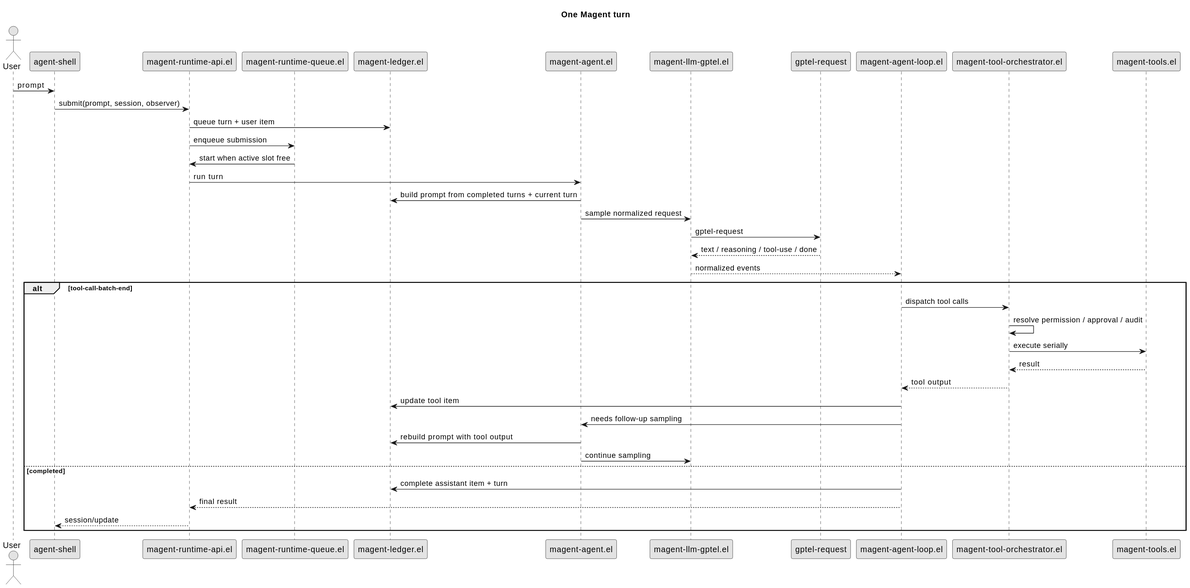
The PlantUML diagram docs/assets/img/diagrams/one-magent-turn.svg in Jamie-Cui/magent, before a commit.
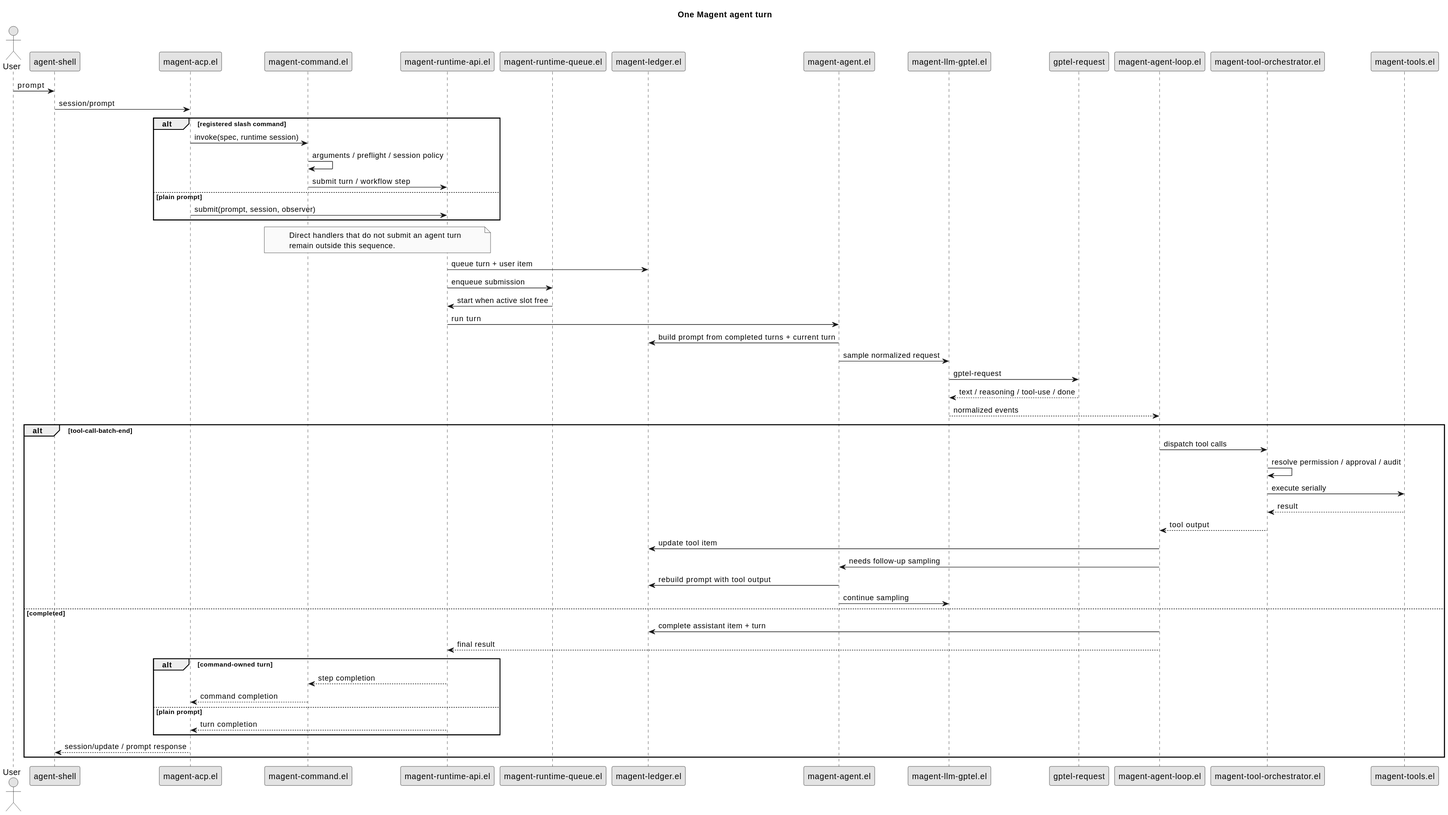
The same file after the commit.

The edit, as a diff of the source:
```diff
@@ -1,10 +1,12 @@
 @startuml
-title One Magent turn
+title One Magent agent turn
 skinparam monochrome true
 skinparam shadowing false
 
 actor User
 participant "agent-shell" as UI
+participant "magent-acp.el" as ACP
+participant "magent-command.el" as Command
 participant "magent-runtime-api.el" as Runtime
 participant "magent-runtime-queue.el" as Queue
 participant "magent-ledger.el" as Ledger
@@ -16,7 +18,18 @@
 participant "magent-tools.el" as Tools
 
 User -> UI : prompt
-UI -> Runtime : submit(prompt, session, observer)
+UI -> ACP : session/prompt
+alt registered slash command
+  ACP -> Command : invoke(spec, runtime session)
+  Command -> Command : arguments / preflight / session policy
+  Command -> Runtime : submit turn / workflow step
+else plain prompt
+  ACP -> Runtime : submit(prompt, session, observer)
+end
+note over Command,Runtime
+  Direct handlers that do not submit an agent turn
+  remain outside this sequence.
+end note
 Runtime -> Ledger : queue turn + user item
 Runtime -> Queue : enqueue submission
 Queue -> Runtime : start when active slot free
@@ -40,6 +53,12 @@
 else completed
   Loop -> Ledger : complete assistant item + turn
   Loop --> Runtime : final result
-  Runtime --> UI : session/update
+  alt command-owned turn
+    Runtime --> Command : step completion
+    Command --> ACP : command completion
+  else plain prompt
+    Runtime --> ACP : turn completion
+  end
+  ACP --> UI : session/update / prompt response
 end
 @enduml
```
